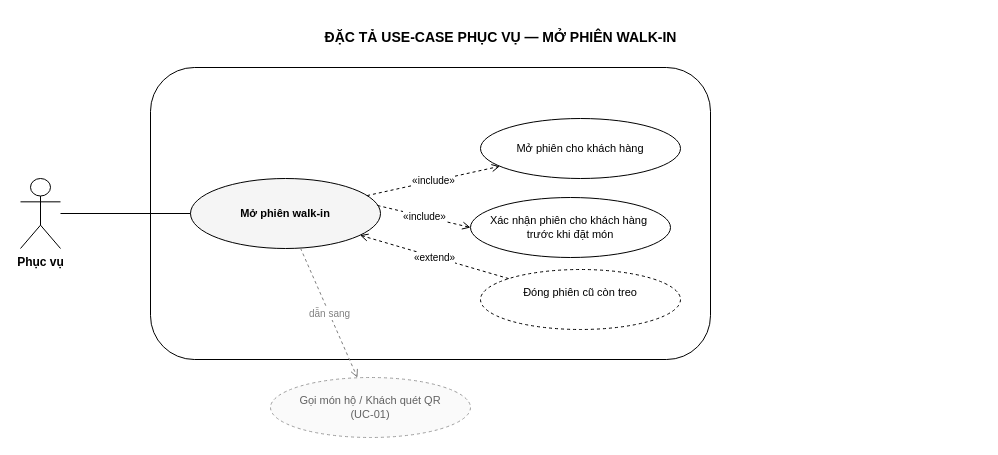
thanhhoa3514/restaurant-management keeps this draw.io diagram as docs/use-cases/uc-phuc-vu-09-mo-phien-walk-in.drawio. Above is the earlier version. Source tidied: cells renumbered, new cells numbered last; positions are measured from the earlier drawing's top-left corner, leaving out a move shared by most shapes. Both pictures are drawn from the tidied source at 100%, with x=0, y=0 at pixel (20, 17).
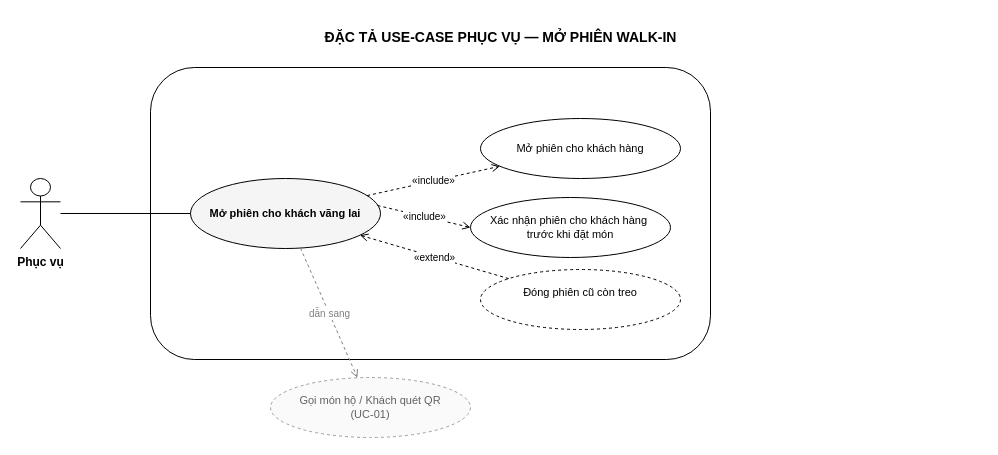
The same page after the edit.

Change to the diagram source:
```diff
@@
 <mxGraphModel>
   <root>
     <mxCell id="0" />
     <mxCell id="1" parent="0" />
     <mxCell id="2" value="ĐẶC TẢ USE-CASE PHỤC VỤ — MỞ PHIÊN WALK-IN" style="text;html=1;fontSize=14;fontStyle=1;align=center;verticalAlign=middle;" parent="1" vertex="1">
       <mxGeometry width="960" height="40" as="geometry" />
     </mxCell>
     <mxCell id="3" style="rounded=1;whiteSpace=wrap;html=1;verticalAlign=top;fontSize=11;fontStyle=2;fillColor=none;strokeColor=#000000;" parent="1" vertex="1">
       <mxGeometry x="130" y="50" width="560" height="292" as="geometry" />
     </mxCell>
     <mxCell id="4" value="Phục vụ" style="shape=umlActor;verticalLabelPosition=bottom;verticalAlign=top;html=1;outlineConnect=0;fontSize=12;fontStyle=1;fillColor=#FFFFFF;strokeColor=#000000;" parent="1" vertex="1">
       <mxGeometry y="161" width="40" height="70" as="geometry" />
     </mxCell>
-    <mxCell id="5" value="Mở phiên walk-in" style="ellipse;whiteSpace=wrap;html=1;fontSize=11;verticalAlign=middle;fillColor=#FFFFFF;strokeColor=#000000;fontStyle=1;fillColor=#F5F5F5;" parent="1" vertex="1">
+    <mxCell id="5" value="Mở phiên cho khách vãng lai" style="ellipse;whiteSpace=wrap;html=1;fontSize=11;verticalAlign=middle;fillColor=#FFFFFF;strokeColor=#000000;fontStyle=1;fillColor=#F5F5F5;" parent="1" vertex="1">
       <mxGeometry x="170" y="161" width="190" height="70" as="geometry" />
     </mxCell>
     <mxCell id="6" value="Mở phiên cho khách hàng" style="ellipse;whiteSpace=wrap;html=1;fontSize=11;verticalAlign=middle;fillColor=#FFFFFF;strokeColor=#000000;" parent="1" vertex="1">
       <mxGeometry x="460" y="101" width="200" height="60" as="geometry" />
     </mxCell>
     <mxCell id="7" value="Đóng phiên cũ còn treo&lt;div&gt;&lt;br/&gt;&lt;/div&gt;" style="ellipse;whiteSpace=wrap;html=1;fontSize=11;verticalAlign=middle;fillColor=#FFFFFF;strokeColor=#000000;dashed=1;" parent="1" vertex="1">
       <mxGeometry x="460" y="252" width="200" height="60" as="geometry" />
     </mxCell>
     <mxCell id="8" value="Gọi món hộ / Khách quét QR&#10;(UC-01)" style="ellipse;whiteSpace=wrap;html=1;fontSize=11;verticalAlign=middle;fillColor=#FFFFFF;strokeColor=#000000;fillColor=#FAFAFA;strokeColor=#9E9E9E;fontColor=#616161;dashed=1;" parent="1" vertex="1">
       <mxGeometry x="250" y="360" width="200" height="60" as="geometry" />
     </mxCell>
     <mxCell id="9" style="edgeStyle=none;html=1;fontSize=10;endArrow=none;strokeColor=#000000;" parent="1" edge="1" source="4" target="5">
       <mxGeometry relative="1" as="geometry" />
     </mxCell>
     <mxCell id="10" value="«include»" style="edgeStyle=none;html=1;fontSize=10;endArrow=open;endFill=0;dashed=1;strokeColor=#000000;" parent="1" edge="1" source="5" target="6">
       <mxGeometry relative="1" as="geometry" />
     </mxCell>
     <mxCell id="11" value="«extend»" style="edgeStyle=none;html=1;fontSize=10;endArrow=open;endFill=0;dashed=1;strokeColor=#000000;" parent="1" edge="1" source="7" target="5">
       <mxGeometry relative="1" as="geometry" />
     </mxCell>
     <mxCell id="12" value="dẫn sang" style="edgeStyle=none;html=1;fontSize=10;endArrow=open;endFill=0;dashed=1;strokeColor=#808080;fontColor=#808080;" parent="1" edge="1" source="5" target="8">
       <mxGeometry relative="1" as="geometry" />
     </mxCell>
     <mxCell id="13" value="Xác nhận phiên cho khách hàng&amp;nbsp;&lt;div&gt;trước khi đặt món&lt;/div&gt;" style="ellipse;whiteSpace=wrap;html=1;fontSize=11;verticalAlign=middle;fillColor=#FFFFFF;strokeColor=#000000;" parent="1" vertex="1">
       <mxGeometry x="450" y="180" width="200" height="60" as="geometry" />
     </mxCell>
     <mxCell id="14" value="«include»" style="edgeStyle=none;html=1;fontSize=10;endArrow=open;endFill=0;dashed=1;strokeColor=#000000;entryX=0;entryY=0.5;entryDx=0;entryDy=0;" parent="1" edge="1" target="13">
       <mxGeometry relative="1" as="geometry">
         <mxPoint x="357" y="188" as="sourcePoint" />
       </mxGeometry>
     </mxCell>
   </root>
 </mxGraphModel>
```
